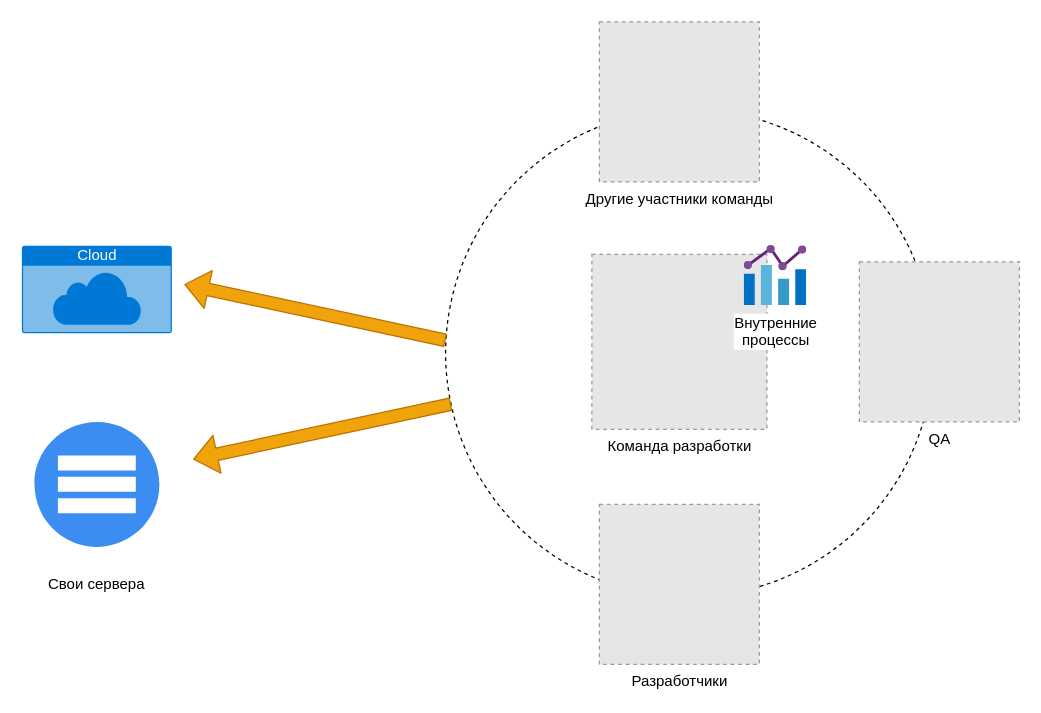
This is src/draw.io/infra-in-team.drawio from b1ff/learning-architect.blog, a draw.io file, before an edit. Source tidied: cells renumbered, new cells numbered last; positions are measured from the earlier drawing's top-left corner, leaving out a move shared by most shapes. Both pictures are drawn from the tidied source at 125%, with x=0, y=0 at pixel (21, 21). Pictures stored in the file or linked from it are replaced by grey dashed boxes.
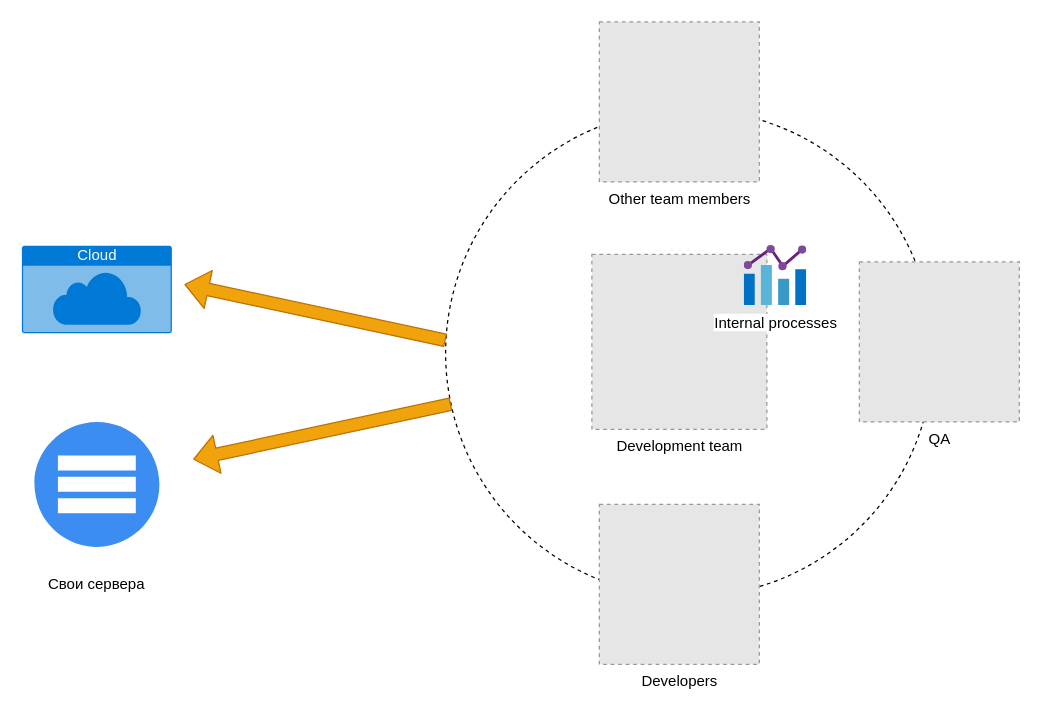
The same page after the edit.

Diff of the diagram source:
```diff
@@
 <mxGraphModel>
   <root>
     <mxCell id="0" />
     <mxCell id="1" parent="0" />
     <mxCell id="2" style="ellipse;whiteSpace=wrap;html=1;fillColor=none;dashed=1;" parent="1" vertex="1">
       <mxGeometry x="339" y="70" width="390" height="390" as="geometry" />
     </mxCell>
-    <mxCell id="3" value="Команда разработки" style="fillColor=#E6E6E6;strokeColor=#999999;dashed=1;html=1;verticalAlign=top;verticalLabelPosition=bottom;labelBackgroundColor=#ffffff;" parent="1" vertex="1">
+    <mxCell id="3" value="Development team" style="fillColor=#E6E6E6;strokeColor=#999999;dashed=1;html=1;verticalAlign=top;verticalLabelPosition=bottom;labelBackgroundColor=#ffffff;" parent="1" vertex="1">
       <mxGeometry x="456" y="186" width="140" height="140" as="geometry" />
     </mxCell>
     <mxCell id="4" value="Cloud" style="html=1;strokeColor=none;fillColor=#0079D6;labelPosition=center;verticalLabelPosition=middle;verticalAlign=top;align=center;fontSize=12;spacingTop=-6;fontColor=#FFFFFF;shape=mxgraph.sitemap.cloud;" parent="1" vertex="1">
       <mxGeometry y="179" width="120" height="70" as="geometry" />
     </mxCell>
     <mxCell id="5" style="shape=flexArrow;endArrow=classic;html=1;fillColor=#f0a30a;strokeColor=#BD7000;exitX=0;exitY=0.474;exitDx=0;exitDy=0;exitPerimeter=0;" parent="1" edge="1" source="2">
       <mxGeometry relative="1" as="geometry">
         <mxPoint x="130" y="210" as="targetPoint" />
       </mxGeometry>
     </mxCell>
     <mxCell id="6" style="html=1;strokeColor=none;shadow=0;align=center;verticalAlign=top;fillColor=#3B8DF1;shape=mxgraph.gcp2.servers_stacked;" parent="1" vertex="1">
       <mxGeometry x="10" y="320" width="100" height="100" as="geometry" />
     </mxCell>
     <mxCell id="7" style="shape=flexArrow;endArrow=classic;html=1;fillColor=#f0a30a;strokeColor=#BD7000;" parent="1" edge="1" source="2">
       <mxGeometry relative="1" as="geometry">
         <mxPoint x="137" y="350" as="targetPoint" />
       </mxGeometry>
     </mxCell>
     <mxCell id="8" value="Свои сервера" style="text;html=1;strokeColor=none;fillColor=none;align=center;verticalAlign=middle;whiteSpace=wrap;rounded=0;" parent="1" vertex="1">
       <mxGeometry x="20" y="440" width="80" height="20" as="geometry" />
     </mxCell>
-    <mxCell id="9" value="Внутренние &lt;br&gt;процессы" style="html=1;align=center;image;fontSize=12;image=img/lib/mscae/Chart.svg;" parent="1" vertex="1">
+    <mxCell id="9" value="Internal processes" style="html=1;align=center;image;fontSize=12;image=img/lib/mscae/Chart.svg;" parent="1" vertex="1">
       <mxGeometry x="578" y="179" width="50" height="48" as="geometry" />
     </mxCell>
-    <mxCell id="10" value="Разработчики" style="fillColor=#E6E6E6;strokeColor=#999999;dashed=1;html=1;verticalAlign=top;verticalLabelPosition=bottom;labelBackgroundColor=#ffffff;" parent="1" vertex="1">
+    <mxCell id="10" value="Developers" style="fillColor=#E6E6E6;strokeColor=#999999;dashed=1;html=1;verticalAlign=top;verticalLabelPosition=bottom;labelBackgroundColor=#ffffff;" parent="1" vertex="1">
       <mxGeometry x="462" y="386" width="128" height="128" as="geometry" />
     </mxCell>
     <mxCell id="11" value="QA" style="fillColor=#E6E6E6;strokeColor=#999999;dashed=1;html=1;verticalAlign=top;verticalLabelPosition=bottom;labelBackgroundColor=#ffffff;" parent="1" vertex="1">
       <mxGeometry x="670" y="192" width="128" height="128" as="geometry" />
     </mxCell>
-    <mxCell id="12" value="Другие участники команды" style="fillColor=#E6E6E6;strokeColor=#999999;dashed=1;html=1;verticalAlign=top;verticalLabelPosition=bottom;labelBackgroundColor=#ffffff;" parent="1" vertex="1">
+    <mxCell id="12" value="Other team members" style="fillColor=#E6E6E6;strokeColor=#999999;dashed=1;html=1;verticalAlign=top;verticalLabelPosition=bottom;labelBackgroundColor=#ffffff;" parent="1" vertex="1">
       <mxGeometry x="462" width="128" height="128" as="geometry" />
     </mxCell>
   </root>
 </mxGraphModel>
```
